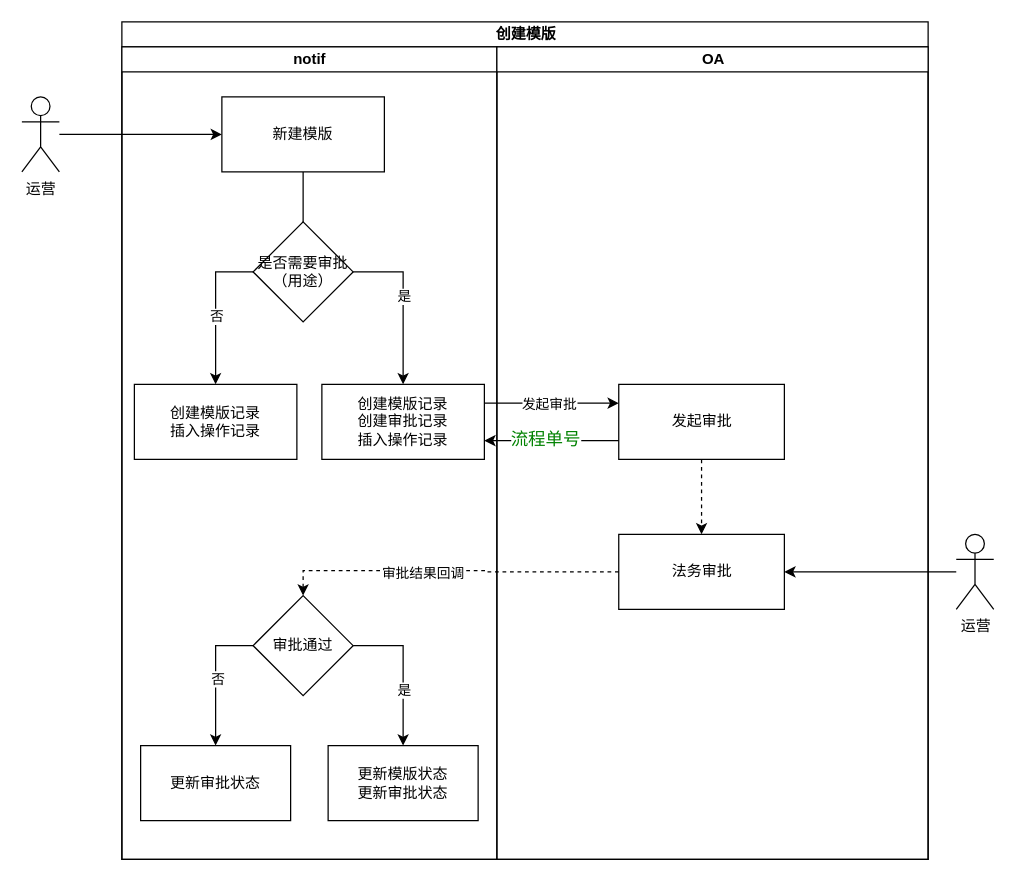
Above: page "创建模版" (1 of 4) of 短信模版接入OA审批流.drawio in ABIN-DS/flowchart (draw.io), before the change. Source tidied: cells renumbered, new cells numbered last; positions are measured from the earlier drawing's top-left corner, leaving out a move shared by most shapes. Both pictures are drawn from the tidied source at 125%, with x=0, y=0 at pixel (21, 21).
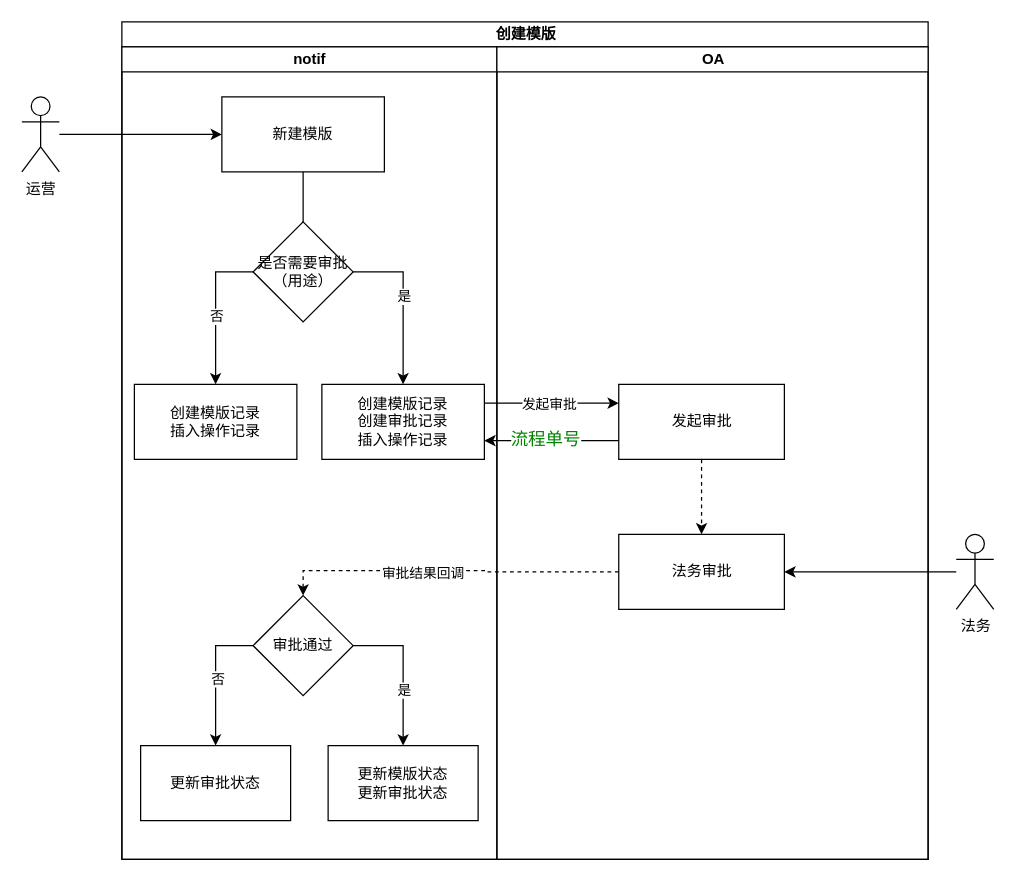
The same page after the edit.

Change to the diagram source:
```diff
@@
-    <mxCell id="33" value="运营" style="shape=umlActor;verticalLabelPosition=bottom;verticalAlign=top;html=1;outlineConnect=0;" parent="1" vertex="1">
+    <mxCell id="33" value="法务" style="shape=umlActor;verticalLabelPosition=bottom;verticalAlign=top;html=1;outlineConnect=0;" parent="1" vertex="1">
       <mxGeometry x="747.5" y="410" width="30" height="60" as="geometry" />
     </mxCell>
```
